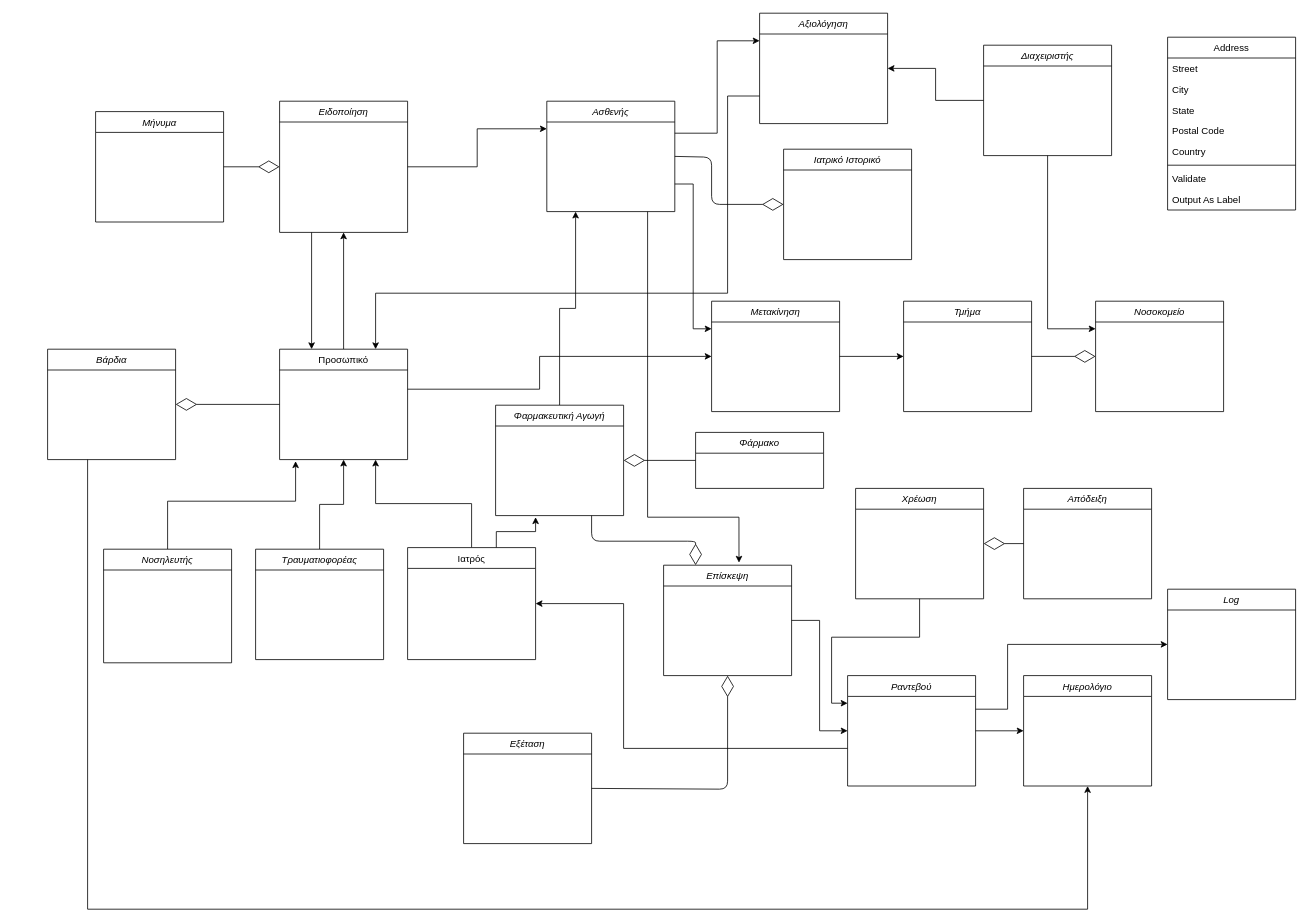
This is 2η Παραδοση/domain-model-diagram.drawio from PMamasoulas/SoftwareEngineeringProject, a draw.io file, before an edit. Source tidied: cells renumbered, new cells numbered last; positions are measured from the earlier drawing's top-left corner, leaving out a move shared by most shapes. Both pictures are drawn from the tidied source at 80%, with x=0, y=0 at pixel (47, 13).
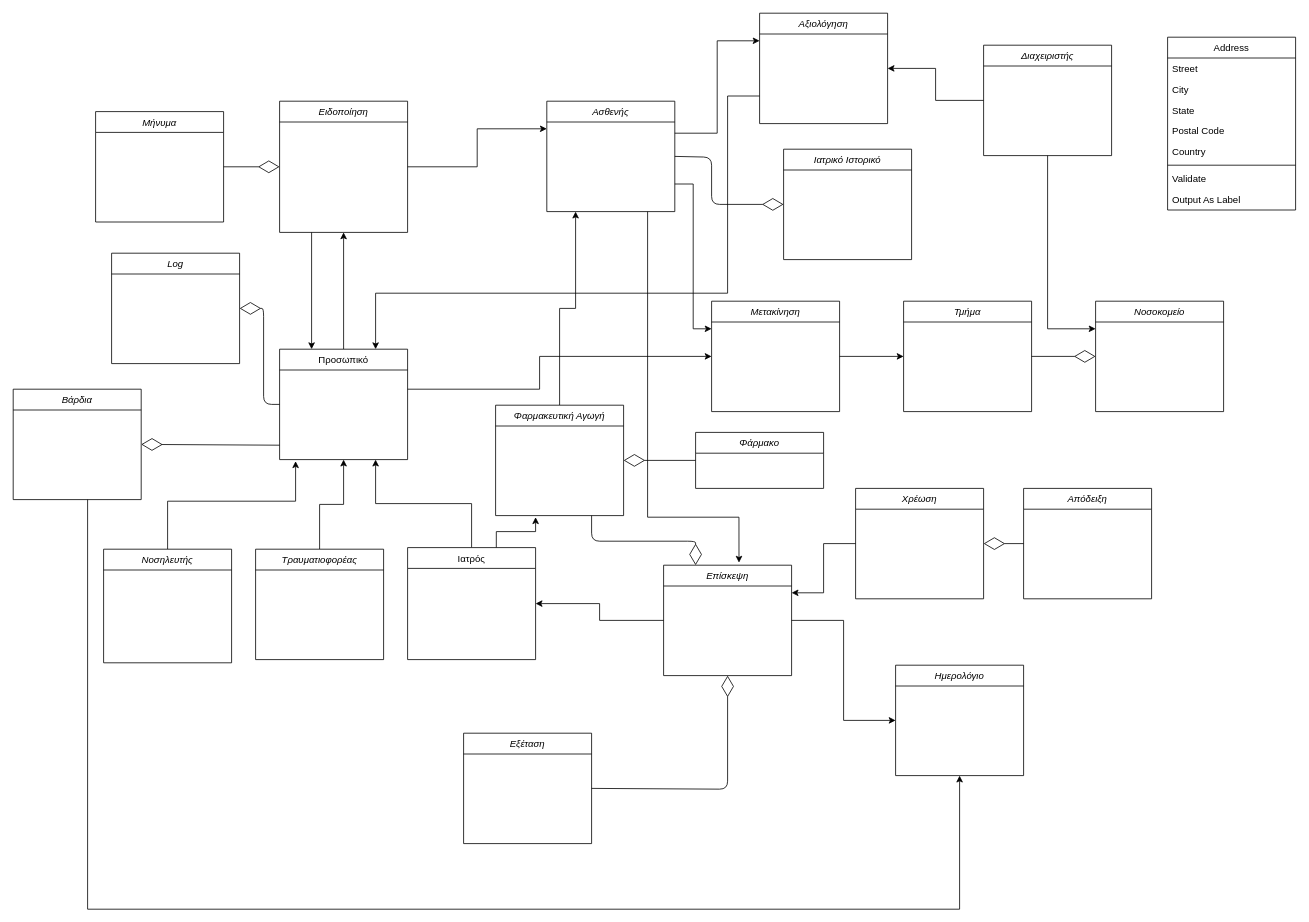
The same diagram, later.

The change refers to these unchanged cells:
```xml
<mxCell id="8" value="Προσωπικό" style="swimlane;fontStyle=0;align=center;verticalAlign=top;horizontal=1;startSize=26;rounded=0;shadow=0;strokeWidth=1;" parent="1" vertex="1">
  <mxGeometry x="290" y="420" width="160" height="138" as="geometry" />
</mxCell>
<mxCell id="34" value="Επίσκεψη" style="swimlane;fontStyle=2;align=center;verticalAlign=top;horizontal=1;startSize=26;rounded=0;shadow=0;strokeWidth=1;" parent="1" vertex="1">
  <mxGeometry x="770" y="690" width="160" height="138" as="geometry" />
</mxCell>
<mxCell id="46" value="Ιατρός" style="swimlane;fontStyle=0;align=center;verticalAlign=top;horizontal=1;startSize=26;rounded=0;shadow=0;strokeWidth=1;" parent="1" vertex="1">
  <mxGeometry x="450" y="668" width="160" height="140" as="geometry" />
</mxCell>
<mxCell id="60" value="Χρέωση" style="swimlane;fontStyle=2;align=center;verticalAlign=top;horizontal=1;startSize=26;rounded=0;shadow=0;strokeWidth=1;" parent="1" vertex="1">
  <mxGeometry x="1010" y="594" width="160" height="138" as="geometry" />
</mxCell>
```

Diff of the diagram source:
```diff
@@
     <mxCell id="32" value="Ημερολόγιο" style="swimlane;fontStyle=2;align=center;verticalAlign=top;horizontal=1;startSize=26;rounded=0;shadow=0;strokeWidth=1;" parent="1" vertex="1">
-      <mxGeometry x="1220" y="828" width="160" height="138" as="geometry" />
+      <mxGeometry x="1060" y="815" width="160" height="138" as="geometry" />
     </mxCell>
-    <mxCell id="33" style="edgeStyle=orthogonalEdgeStyle;rounded=0;jettySize=auto;html=1;entryX=0;entryY=0.5;entryDx=0;entryDy=0;" parent="1" edge="1" source="34" target="39">
-      <mxGeometry relative="1" as="geometry" />
-    </mxCell>
+    <mxCell id="64" style="edgeStyle=orthogonalEdgeStyle;rounded=0;jettySize=auto;html=1;entryX=0;entryY=0.5;entryDx=0;entryDy=0;" parent="1" edge="1" source="34" target="32">
+      <mxGeometry relative="1" as="geometry" />
+    </mxCell>
+    <mxCell id="65" style="edgeStyle=orthogonalEdgeStyle;rounded=0;jettySize=auto;html=1;entryX=1;entryY=0.5;entryDx=0;entryDy=0;" parent="1" edge="1" source="34" target="46">
+      <mxGeometry relative="1" as="geometry" />
+    </mxCell>
@@
-    <mxCell id="36" style="edgeStyle=orthogonalEdgeStyle;rounded=0;jettySize=auto;html=1;entryX=1;entryY=0.5;entryDx=0;entryDy=0;" parent="1" edge="1" source="39" target="46">
-      <mxGeometry relative="1" as="geometry">
-        <Array as="points">
-          <mxPoint x="720" y="919" />
-          <mxPoint x="720" y="738" />
-        </Array>
-      </mxGeometry>
-    </mxCell>
-    <mxCell id="37" style="edgeStyle=orthogonalEdgeStyle;rounded=0;jettySize=auto;html=1;entryX=0;entryY=0.5;entryDx=0;entryDy=0;" parent="1" edge="1" source="39" target="32">
-      <mxGeometry relative="1" as="geometry" />
-    </mxCell>
-    <mxCell id="38" style="edgeStyle=orthogonalEdgeStyle;rounded=0;jettySize=auto;html=1;entryX=0;entryY=0.5;entryDx=0;entryDy=0;" parent="1" edge="1" source="39" target="63">
-      <mxGeometry relative="1" as="geometry">
-        <Array as="points">
-          <mxPoint x="1200" y="870" />
-          <mxPoint x="1200" y="789" />
-        </Array>
-      </mxGeometry>
-    </mxCell>
-    <mxCell id="39" value="Ραντεβού" style="swimlane;fontStyle=2;align=center;verticalAlign=top;horizontal=1;startSize=26;rounded=0;shadow=0;strokeWidth=1;" parent="1" vertex="1">
-      <mxGeometry x="1000" y="828" width="160" height="138" as="geometry" />
-    </mxCell>
@@
     <mxCell id="42" style="edgeStyle=orthogonalEdgeStyle;rounded=0;jettySize=auto;html=1;entryX=0.5;entryY=1;entryDx=0;entryDy=0;" parent="1" edge="1" source="43" target="32">
       <mxGeometry relative="1" as="geometry">
         <Array as="points">
           <mxPoint x="50" y="1120" />
-          <mxPoint x="1300" y="1120" />
+          <mxPoint x="1140" y="1120" />
         </Array>
       </mxGeometry>
     </mxCell>
     <mxCell id="43" value="Βάρδια" style="swimlane;fontStyle=2;align=center;verticalAlign=top;horizontal=1;startSize=26;rounded=0;shadow=0;strokeWidth=1;" parent="1" vertex="1">
-      <mxGeometry y="420" width="160" height="138" as="geometry" />
+      <mxGeometry x="-43" y="470" width="160" height="138" as="geometry" />
     </mxCell>
@@
-    <mxCell id="51" style="endArrow=diamondThin;endFill=0;endSize=24;html=1;exitX=0;exitY=0.5;exitDx=0;exitDy=0;entryX=1;entryY=0.5;entryDx=0;entryDy=0;" parent="1" edge="1" source="8" target="43">
-      <mxGeometry relative="1" as="geometry" />
+    <mxCell id="51" style="endArrow=diamondThin;endFill=0;endSize=24;html=1;entryX=1;entryY=0.5;entryDx=0;entryDy=0;" parent="1" edge="1" target="43">
+      <mxGeometry relative="1" as="geometry">
+        <mxPoint x="290" y="540" as="sourcePoint" />
+      </mxGeometry>
     </mxCell>
@@
-    <mxCell id="59" style="edgeStyle=orthogonalEdgeStyle;rounded=0;jettySize=auto;html=1;entryX=0;entryY=0.25;entryDx=0;entryDy=0;" parent="1" edge="1" source="60" target="39">
-      <mxGeometry relative="1" as="geometry" />
-    </mxCell>
+    <mxCell id="66" style="edgeStyle=orthogonalEdgeStyle;rounded=0;jettySize=auto;html=1;entryX=1;entryY=0.25;entryDx=0;entryDy=0;" parent="1" edge="1" source="60" target="34">
+      <mxGeometry relative="1" as="geometry" />
+    </mxCell>
@@
     <mxCell id="63" value="Log" style="swimlane;fontStyle=2;align=center;verticalAlign=top;horizontal=1;startSize=26;rounded=0;shadow=0;strokeWidth=1;" parent="1" vertex="1">
-      <mxGeometry x="1400" y="720" width="160" height="138" as="geometry" />
+      <mxGeometry x="80" y="300" width="160" height="138" as="geometry" />
     </mxCell>
+    <mxCell id="67" style="endArrow=diamondThin;endFill=0;endSize=24;html=1;entryX=1;entryY=0.5;entryDx=0;entryDy=0;exitX=0;exitY=0.5;exitDx=0;exitDy=0;" parent="1" edge="1" source="8" target="63">
+      <mxGeometry relative="1" as="geometry">
+        <Array as="points">
+          <mxPoint x="270" y="489" />
+          <mxPoint x="270" y="369" />
+        </Array>
+      </mxGeometry>
+    </mxCell>
```
